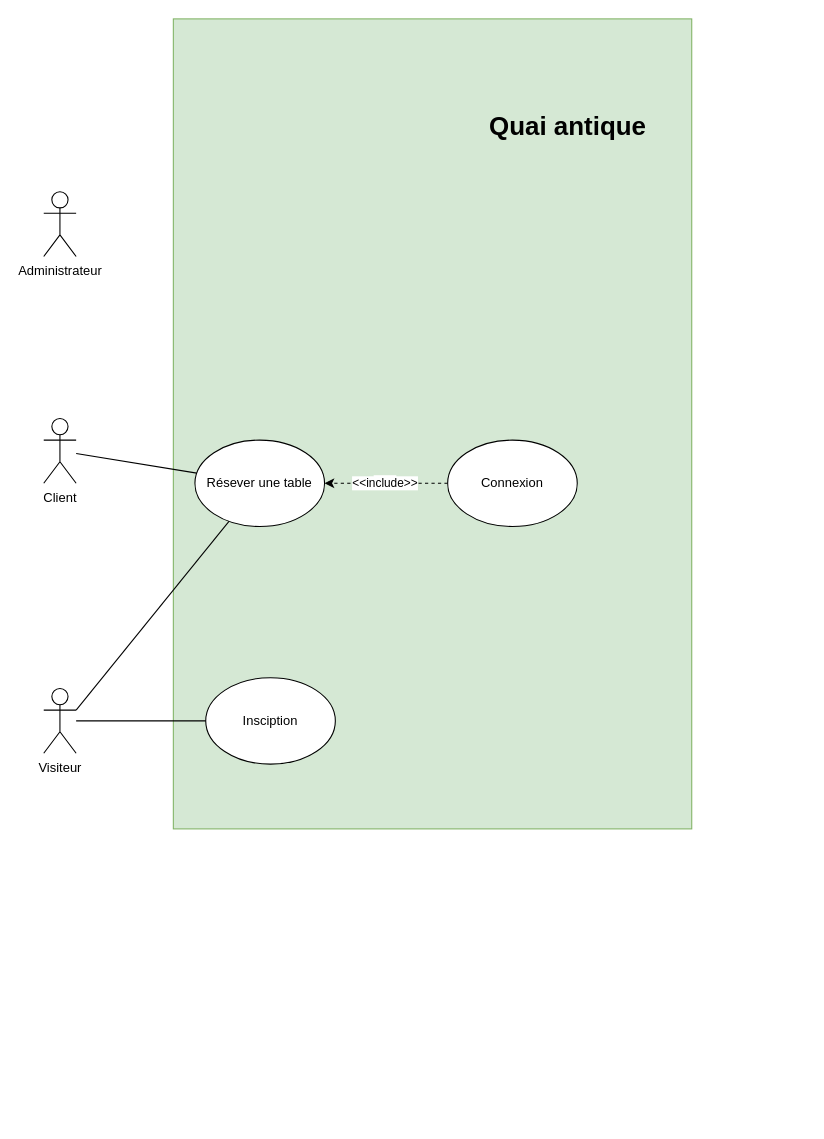
Above: Diagramme sans nom.drawio in francois-xavier-darragon/Projet-File-rouge-front (draw.io), before the change. Source tidied: cells renumbered, new cells numbered last; positions are measured from the earlier drawing's top-left corner, leaving out a move shared by most shapes. Both pictures are drawn from the tidied source at 108%, with x=0, y=0 at pixel (43, 18).
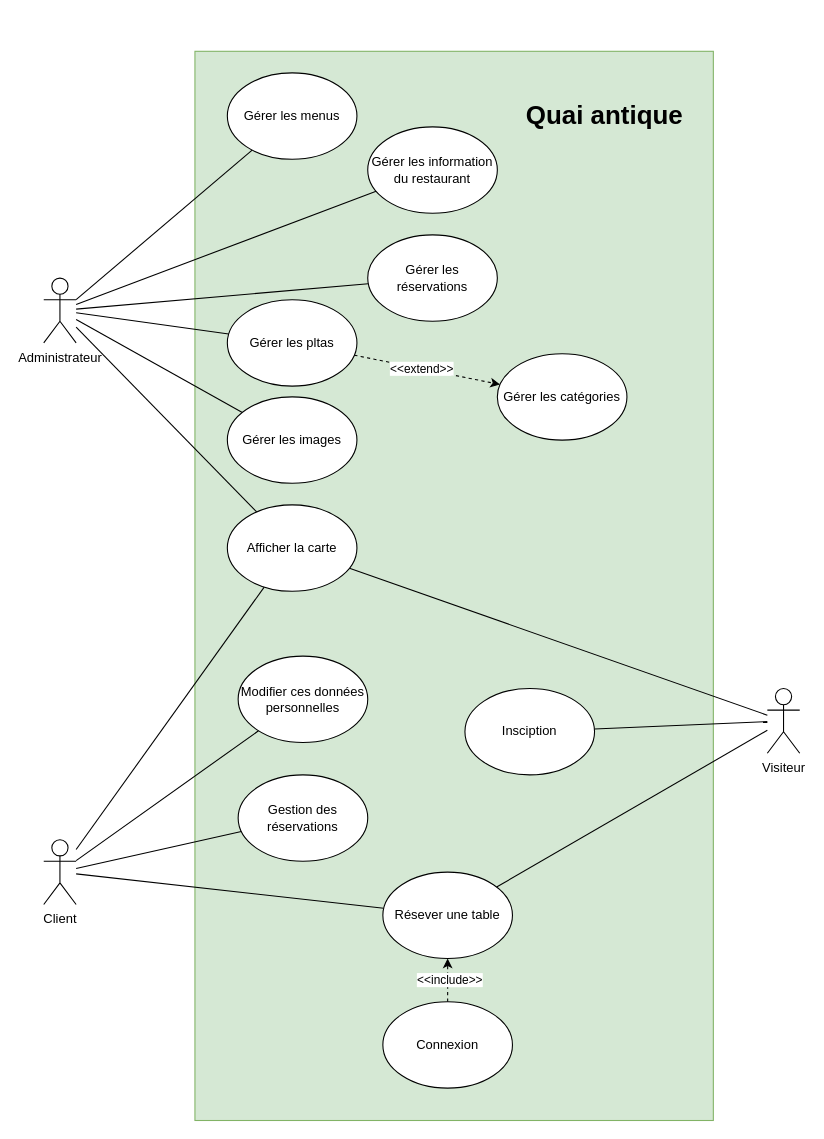
The same diagram, later.

Commit message (it also covers changes not shown here):
Mettre à jour Diagramme sans nom.drawio

What changed in the source:
```diff
@@
     <mxCell id="2" style="rounded=0;whiteSpace=wrap;html=1;fillColor=#d5e8d4;strokeColor=#82b366;" parent="1" vertex="1">
-      <mxGeometry x="120" width="480" height="750" as="geometry" />
+      <mxGeometry x="140" y="30" width="480" height="990" as="geometry" />
     </mxCell>
     <mxCell id="3" value="Quai antique" style="text;strokeColor=none;fillColor=none;html=1;fontSize=24;fontStyle=1;verticalAlign=middle;align=center;" parent="1" vertex="1">
-      <mxGeometry x="400" y="70" width="170" height="60" as="geometry" />
+      <mxGeometry x="434" y="60" width="170" height="60" as="geometry" />
     </mxCell>
+    <mxCell id="16" style="rounded=0;jettySize=auto;html=1;endArrow=none;endFill=0;" parent="1" edge="1" source="4" target="9">
+      <mxGeometry relative="1" as="geometry" />
+    </mxCell>
     <mxCell id="4" value="Insciption" style="ellipse;whiteSpace=wrap;html=1;" parent="1" vertex="1">
-      <mxGeometry x="150" y="610" width="120" height="80" as="geometry" />
+      <mxGeometry x="390" y="620" width="120" height="80" as="geometry" />
     </mxCell>
+    <mxCell id="17" style="rounded=0;jettySize=auto;html=1;endArrow=none;endFill=0;" parent="1" edge="1" source="5" target="35">
+      <mxGeometry relative="1" as="geometry" />
+    </mxCell>
+    <mxCell id="18" style="rounded=0;jettySize=auto;html=1;endArrow=none;endFill=0;" parent="1" edge="1" source="5" target="36">
+      <mxGeometry relative="1" as="geometry" />
+    </mxCell>
+    <mxCell id="19" style="rounded=0;jettySize=auto;html=1;endArrow=none;endFill=0;" parent="1" edge="1" source="5" target="31">
+      <mxGeometry relative="1" as="geometry" />
+    </mxCell>
     <mxCell id="5" value="Administrateur" style="shape=umlActor;verticalLabelPosition=bottom;verticalAlign=top;html=1;outlineConnect=0;" parent="1" vertex="1">
-      <mxGeometry y="160" width="30" height="60" as="geometry" />
+      <mxGeometry y="240" width="30" height="60" as="geometry" />
     </mxCell>
@@
     <mxCell id="7" value="Client" style="shape=umlActor;verticalLabelPosition=bottom;verticalAlign=top;html=1;outlineConnect=0;" parent="1" vertex="1">
-      <mxGeometry y="370" width="30" height="60" as="geometry" />
+      <mxGeometry y="760" width="30" height="60" as="geometry" />
     </mxCell>
-    <mxCell id="8" style="rounded=0;jettySize=auto;html=1;entryX=0;entryY=0.5;entryDx=0;entryDy=0;endArrow=none;endFill=0;" parent="1" edge="1" source="9" target="4">
-      <mxGeometry relative="1" as="geometry" />
-    </mxCell>
     <mxCell id="9" value="Visiteur" style="shape=umlActor;verticalLabelPosition=bottom;verticalAlign=top;html=1;outlineConnect=0;" parent="1" vertex="1">
-      <mxGeometry y="620" width="30" height="60" as="geometry" />
+      <mxGeometry x="670" y="620" width="30" height="60" as="geometry" />
     </mxCell>
+    <mxCell id="11" style="rounded=0;jettySize=auto;html=1;endArrow=none;endFill=0;" parent="1" edge="1" source="10" target="9">
+      <mxGeometry relative="1" as="geometry" />
+    </mxCell>
     <mxCell id="10" value="Résever une table" style="ellipse;whiteSpace=wrap;html=1;" parent="1" vertex="1">
-      <mxGeometry x="140" y="390" width="120" height="80" as="geometry" />
+      <mxGeometry x="314" y="790" width="120" height="80" as="geometry" />
     </mxCell>
-    <mxCell id="11" style="rounded=0;jettySize=auto;html=1;entryX=1;entryY=0.3333333333333333;entryDx=0;entryDy=0;entryPerimeter=0;endArrow=none;endFill=0;" parent="1" edge="1" source="10" target="9">
-      <mxGeometry relative="1" as="geometry" />
-    </mxCell>
@@
     <mxCell id="15" value="Connexion" style="ellipse;whiteSpace=wrap;html=1;" parent="1" vertex="1">
-      <mxGeometry x="374" y="390" width="120" height="80" as="geometry" />
+      <mxGeometry x="314" y="910" width="120" height="80" as="geometry" />
     </mxCell>
+    <mxCell id="20" style="rounded=0;jettySize=auto;html=1;endArrow=none;endFill=0;" parent="1" edge="1" source="23" target="7">
+      <mxGeometry relative="1" as="geometry" />
+    </mxCell>
+    <mxCell id="21" style="rounded=0;jettySize=auto;html=1;endArrow=none;endFill=0;" parent="1" edge="1" source="23" target="9">
+      <mxGeometry relative="1" as="geometry" />
+    </mxCell>
+    <mxCell id="22" style="rounded=0;jettySize=auto;html=1;endArrow=none;endFill=0;" parent="1" edge="1" source="23" target="5">
+      <mxGeometry relative="1" as="geometry" />
+    </mxCell>
+    <mxCell id="23" value="Afficher la carte" style="ellipse;whiteSpace=wrap;html=1;" parent="1" vertex="1">
+      <mxGeometry x="170" y="450" width="120" height="80" as="geometry" />
+    </mxCell>
+    <mxCell id="24" style="rounded=0;jettySize=auto;html=1;endArrow=none;endFill=0;" parent="1" edge="1" source="25" target="7">
+      <mxGeometry relative="1" as="geometry" />
+    </mxCell>
+    <mxCell id="25" value="Gestion des réservations" style="ellipse;whiteSpace=wrap;html=1;" parent="1" vertex="1">
+      <mxGeometry x="180" y="700" width="120" height="80" as="geometry" />
+    </mxCell>
+    <mxCell id="26" style="rounded=0;jettySize=auto;html=1;endArrow=none;endFill=0;" parent="1" edge="1" source="27" target="7">
+      <mxGeometry relative="1" as="geometry" />
+    </mxCell>
+    <mxCell id="27" value="Modifier ces données personnelles" style="ellipse;whiteSpace=wrap;html=1;" parent="1" vertex="1">
+      <mxGeometry x="180" y="590" width="120" height="80" as="geometry" />
+    </mxCell>
+    <mxCell id="28" value="Gérer les menus" style="ellipse;whiteSpace=wrap;html=1;" parent="1" vertex="1">
+      <mxGeometry x="170" y="50" width="120" height="80" as="geometry" />
+    </mxCell>
+    <mxCell id="29" style="rounded=0;jettySize=auto;html=1;dashed=1;" parent="1" edge="1" source="31" target="37">
+      <mxGeometry relative="1" as="geometry" />
+    </mxCell>
+    <mxCell id="30" value="&amp;lt;&amp;lt;extend&amp;gt;&amp;gt;" style="edgeLabel;html=1;align=center;verticalAlign=middle;" parent="29" vertex="1">
+      <mxGeometry x="-0.08" relative="1" as="geometry" />
+    </mxCell>
+    <mxCell id="31" value="Gérer les pltas" style="ellipse;whiteSpace=wrap;html=1;" parent="1" vertex="1">
+      <mxGeometry x="170" y="260" width="120" height="80" as="geometry" />
+    </mxCell>
+    <mxCell id="32" style="rounded=0;jettySize=auto;html=1;endArrow=none;endFill=0;" parent="1" edge="1" source="33" target="5">
+      <mxGeometry relative="1" as="geometry" />
+    </mxCell>
+    <mxCell id="33" value="Gérer les images" style="ellipse;whiteSpace=wrap;html=1;" parent="1" vertex="1">
+      <mxGeometry x="170" y="350" width="120" height="80" as="geometry" />
+    </mxCell>
+    <mxCell id="34" style="rounded=0;jettySize=auto;html=1;entryX=1;entryY=0.3333333333333333;entryDx=0;entryDy=0;entryPerimeter=0;endArrow=none;endFill=0;" parent="1" edge="1" source="28" target="5">
+      <mxGeometry relative="1" as="geometry" />
+    </mxCell>
+    <mxCell id="35" value="Gérer les information du restaurant" style="ellipse;whiteSpace=wrap;html=1;" parent="1" vertex="1">
+      <mxGeometry x="300" y="100" width="120" height="80" as="geometry" />
+    </mxCell>
+    <mxCell id="36" value="Gérer les réservations" style="ellipse;whiteSpace=wrap;html=1;" parent="1" vertex="1">
+      <mxGeometry x="300" y="200" width="120" height="80" as="geometry" />
+    </mxCell>
+    <mxCell id="37" value="Gérer les catégories" style="ellipse;whiteSpace=wrap;html=1;" parent="1" vertex="1">
+      <mxGeometry x="420" y="310" width="120" height="80" as="geometry" />
+    </mxCell>
```
